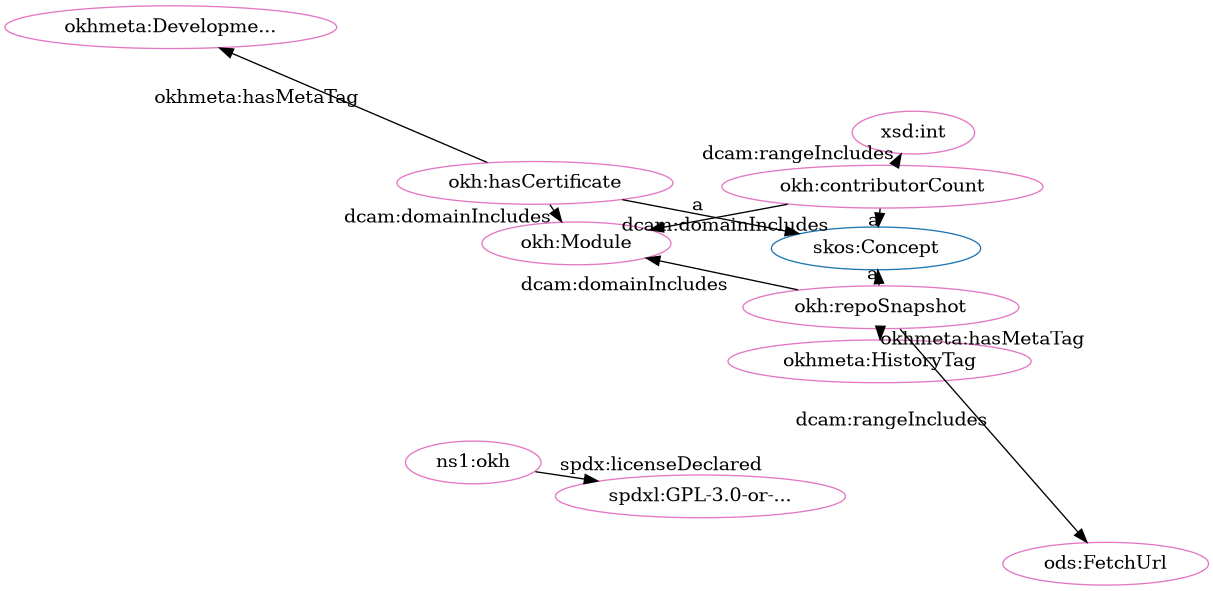
This is src/spec/fdp_okh_proposed-clean.png from iop-alliance/OpenKnowHow, a Graphviz export, as it was before one commit. Its source is kept beside it as src/spec/fdp_okh_proposed-clean.dot.
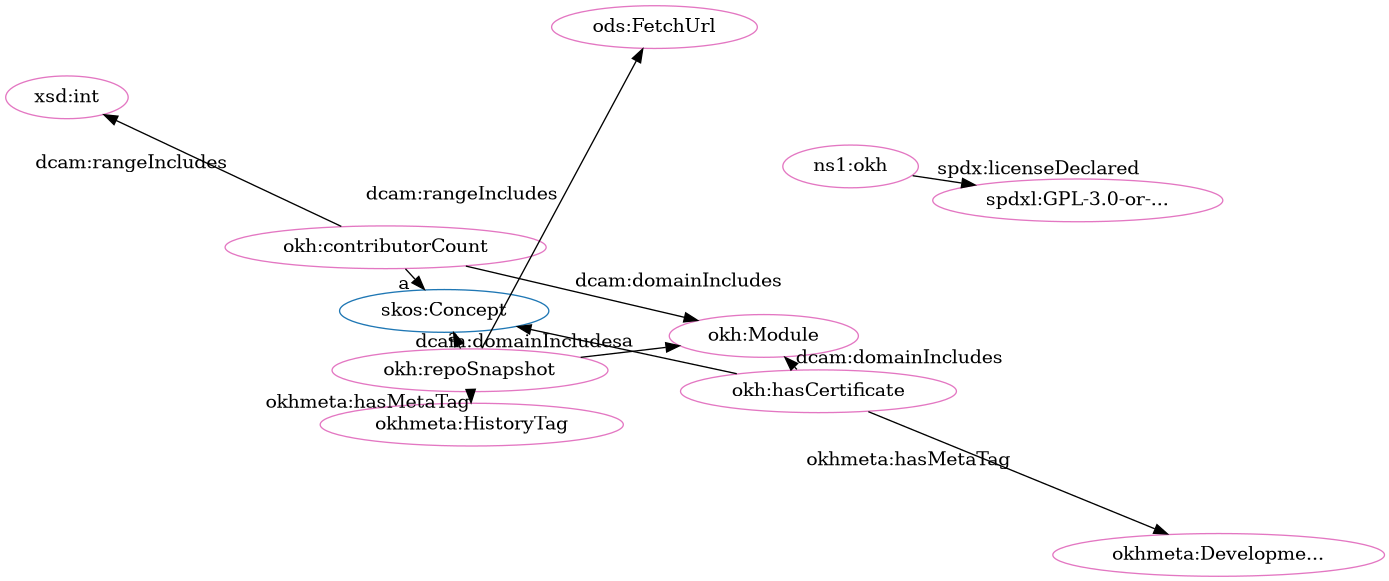
The same diagram one commit later.

What changed in the source:
```diff
@@ -2,25 +2,25 @@
   rankdir=BT
   node[height=.3]
 "http://www.w3.org/2004/02/skos/core#Concept" [fillcolor="#1f77b4" color="#1f77b4" label="skos:Concept"]
+"http://w3id.org/oseg/ont/okh#hasCertificate" [fillcolor="#e377c2" color="#e377c2" label="okh:hasCertificate"]
+"http://w3id.org/oseg/ont/okh#Module" [fillcolor="#e377c2" color="#e377c2" label="okh:Module"]
+"http://w3id.org/oseg/ont/okh#contributorCount" [fillcolor="#e377c2" color="#e377c2" label="okh:contributorCount"]
+"http://w3id.org/oseg/ont/ods#FetchUrl" [fillcolor="#e377c2" color="#e377c2" label="ods:FetchUrl"]
+"http://w3id.org/oseg/ont/okh" [fillcolor="#e377c2" color="#e377c2" label="ns1:okh"]
 "http://w3id.org/oseg/ont/okh#repoSnapshot" [fillcolor="#e377c2" color="#e377c2" label="okh:repoSnapshot"]
-"http://w3id.org/oseg/ont/okh#Module" [fillcolor="#e377c2" color="#e377c2" label="okh:Module"]
-"http://w3id.org/oseg/ont/okh" [fillcolor="#e377c2" color="#e377c2" label="ns1:okh"]
+"http://www.w3.org/2001/XMLSchema#int" [fillcolor="#e377c2" color="#e377c2" label="xsd:int"]
+"http://w3id.org/oseg/ont/okhmeta#DevelopmentTag" [fillcolor="#e377c2" color="#e377c2" label="okhmeta:Developme..."]
 "http://spdx.org/licenses/GPL-3.0-or-later" [fillcolor="#e377c2" color="#e377c2" label="spdxl:GPL-3.0-or-..."]
-"http://w3id.org/oseg/ont/okh#hasCertificate" [fillcolor="#e377c2" color="#e377c2" label="okh:hasCertificate"]
-"http://w3id.org/oseg/ont/okh#contributorCount" [fillcolor="#e377c2" color="#e377c2" label="okh:contributorCount"]
-"http://www.w3.org/2001/XMLSchema#int" [fillcolor="#e377c2" color="#e377c2" label="xsd:int"]
 "http://w3id.org/oseg/ont/okhmeta#HistoryTag" [fillcolor="#e377c2" color="#e377c2" label="okhmeta:HistoryTag"]
-"http://w3id.org/oseg/ont/ods#FetchUrl" [fillcolor="#e377c2" color="#e377c2" label="ods:FetchUrl"]
-"http://w3id.org/oseg/ont/okhmeta#DevelopmentTag" [fillcolor="#e377c2" color="#e377c2" label="okhmeta:Developme..."]
   "http://w3id.org/oseg/ont/okh#contributorCount" -> "http://w3id.org/oseg/ont/okh#Module" [label="dcam:domainIncludes"]
+  "http://w3id.org/oseg/ont/okh#repoSnapshot" -> "http://w3id.org/oseg/ont/okh#Module" [label="dcam:domainIncludes"]
+  "http://w3id.org/oseg/ont/okh#hasCertificate" -> "http://www.w3.org/2004/02/skos/core#Concept" [label="a"]
+  "http://w3id.org/oseg/ont/okh#contributorCount" -> "http://www.w3.org/2001/XMLSchema#int" [label="dcam:rangeIncludes"]
+  "http://w3id.org/oseg/ont/okh#hasCertificate" -> "http://w3id.org/oseg/ont/okhmeta#DevelopmentTag" [label="okhmeta:hasMetaTag"]
   "http://w3id.org/oseg/ont/okh" -> "http://spdx.org/licenses/GPL-3.0-or-later" [label="spdx:licenseDeclared"]
-  "http://w3id.org/oseg/ont/okh#hasCertificate" -> "http://www.w3.org/2004/02/skos/core#Concept" [label="a"]
   "http://w3id.org/oseg/ont/okh#hasCertificate" -> "http://w3id.org/oseg/ont/okh#Module" [label="dcam:domainIncludes"]
+  "http://w3id.org/oseg/ont/okh#repoSnapshot" -> "http://w3id.org/oseg/ont/ods#FetchUrl" [label="dcam:rangeIncludes"]
+  "http://w3id.org/oseg/ont/okh#contributorCount" -> "http://www.w3.org/2004/02/skos/core#Concept" [label="a"]
   "http://w3id.org/oseg/ont/okh#repoSnapshot" -> "http://www.w3.org/2004/02/skos/core#Concept" [label="a"]
-  "http://w3id.org/oseg/ont/okh#contributorCount" -> "http://www.w3.org/2001/XMLSchema#int" [label="dcam:rangeIncludes"]
   "http://w3id.org/oseg/ont/okh#repoSnapshot" -> "http://w3id.org/oseg/ont/okhmeta#HistoryTag" [label="okhmeta:hasMetaTag"]
-  "http://w3id.org/oseg/ont/okh#contributorCount" -> "http://www.w3.org/2004/02/skos/core#Concept" [label="a"]
-  "http://w3id.org/oseg/ont/okh#repoSnapshot" -> "http://w3id.org/oseg/ont/ods#FetchUrl" [label="dcam:rangeIncludes"]
-  "http://w3id.org/oseg/ont/okh#hasCertificate" -> "http://w3id.org/oseg/ont/okhmeta#DevelopmentTag" [label="okhmeta:hasMetaTag"]
-  "http://w3id.org/oseg/ont/okh#repoSnapshot" -> "http://w3id.org/oseg/ont/okh#Module" [label="dcam:domainIncludes"]
 }
```
